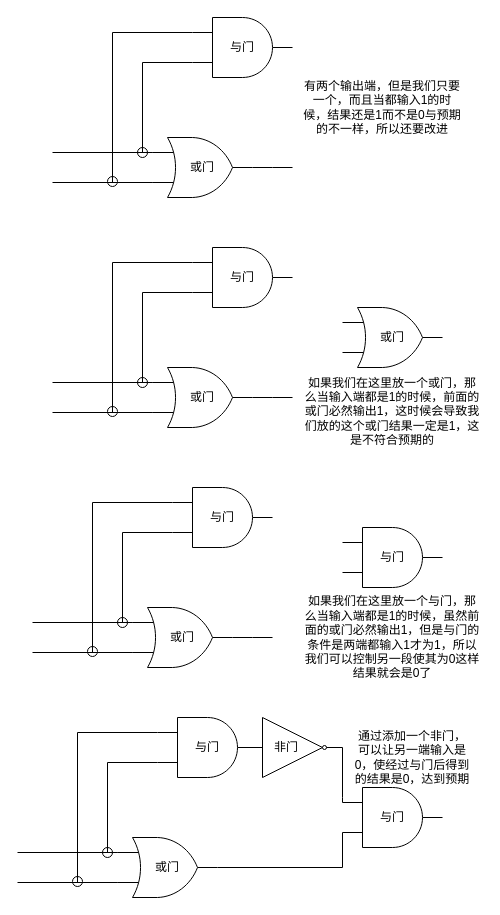
Above: src/三极管与门.drawio in linzhihaochina/javer (draw.io), before the change. Source tidied: cells renumbered, new cells numbered last; positions are measured from the earlier drawing's top-left corner, leaving out a move shared by most shapes. Both pictures are drawn from the tidied source at 100%, with x=0, y=0 at pixel (17, 17).
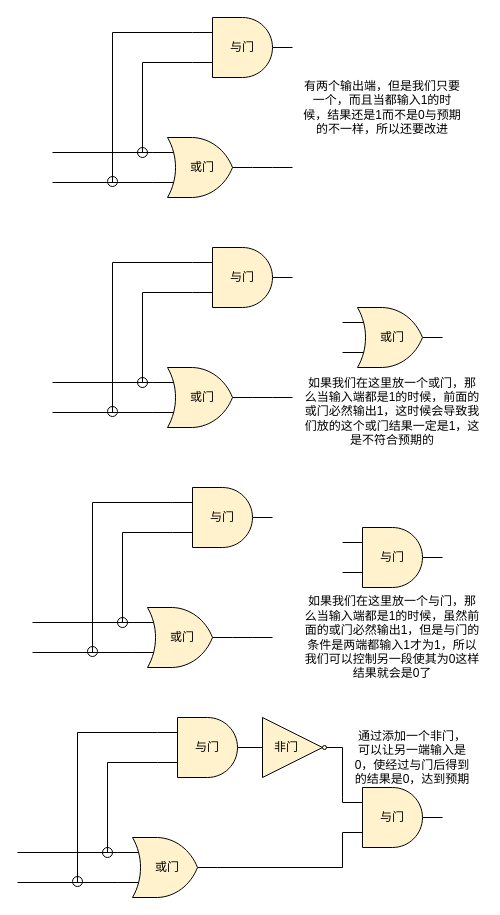
Above is the later version.

Commit message:
更新三极管与门.drawio

What changed in the source:
```diff
@@
-    <mxCell id="9" style="verticalLabelPosition=bottom;shadow=0;dashed=0;align=center;html=1;verticalAlign=top;shape=mxgraph.electrical.logic_gates.logic_gate;operation=or;" parent="1" vertex="1">
+    <mxCell id="9" style="verticalLabelPosition=bottom;shadow=0;dashed=0;align=center;html=1;verticalAlign=top;shape=mxgraph.electrical.logic_gates.logic_gate;operation=or;fillColor=#FFF2CC;" parent="1" vertex="1">
       <mxGeometry x="135" y="120" width="100" height="60" as="geometry" />
     </mxCell>
-    <mxCell id="10" style="verticalLabelPosition=bottom;shadow=0;dashed=0;align=center;html=1;verticalAlign=top;shape=mxgraph.electrical.logic_gates.logic_gate;operation=and;" parent="1" vertex="1">
+    <mxCell id="10" style="verticalLabelPosition=bottom;shadow=0;dashed=0;align=center;html=1;verticalAlign=top;shape=mxgraph.electrical.logic_gates.logic_gate;operation=and;fillColor=#FFF2CC;" parent="1" vertex="1">
       <mxGeometry x="175" width="100" height="60" as="geometry" />
     </mxCell>
@@
-    <mxCell id="20" style="verticalLabelPosition=bottom;shadow=0;dashed=0;align=center;html=1;verticalAlign=top;shape=mxgraph.electrical.logic_gates.logic_gate;operation=or;" parent="1" vertex="1">
+    <mxCell id="20" style="verticalLabelPosition=bottom;shadow=0;dashed=0;align=center;html=1;verticalAlign=top;shape=mxgraph.electrical.logic_gates.logic_gate;operation=or;fillColor=#FFF2CC;" parent="1" vertex="1">
       <mxGeometry x="135" y="350" width="100" height="60" as="geometry" />
     </mxCell>
-    <mxCell id="21" style="verticalLabelPosition=bottom;shadow=0;dashed=0;align=center;html=1;verticalAlign=top;shape=mxgraph.electrical.logic_gates.logic_gate;operation=and;" parent="1" vertex="1">
+    <mxCell id="21" style="verticalLabelPosition=bottom;shadow=0;dashed=0;align=center;html=1;verticalAlign=top;shape=mxgraph.electrical.logic_gates.logic_gate;operation=and;fillColor=#FFF2CC;" parent="1" vertex="1">
       <mxGeometry x="175" y="230" width="100" height="60" as="geometry" />
     </mxCell>
@@
-    <mxCell id="25" style="verticalLabelPosition=bottom;shadow=0;dashed=0;align=center;html=1;verticalAlign=top;shape=mxgraph.electrical.logic_gates.logic_gate;operation=or;" parent="1" vertex="1">
+    <mxCell id="25" style="verticalLabelPosition=bottom;shadow=0;dashed=0;align=center;html=1;verticalAlign=top;shape=mxgraph.electrical.logic_gates.logic_gate;operation=or;fillColor=#FFF2CC;" parent="1" vertex="1">
       <mxGeometry x="325" y="290" width="100" height="60" as="geometry" />
     </mxCell>
@@
-    <mxCell id="34" style="verticalLabelPosition=bottom;shadow=0;dashed=0;align=center;html=1;verticalAlign=top;shape=mxgraph.electrical.logic_gates.logic_gate;operation=or;" parent="1" vertex="1">
+    <mxCell id="34" style="verticalLabelPosition=bottom;shadow=0;dashed=0;align=center;html=1;verticalAlign=top;shape=mxgraph.electrical.logic_gates.logic_gate;operation=or;fillColor=#FFF2CC;" parent="1" vertex="1">
       <mxGeometry x="115" y="590" width="100" height="60" as="geometry" />
     </mxCell>
-    <mxCell id="35" style="verticalLabelPosition=bottom;shadow=0;dashed=0;align=center;html=1;verticalAlign=top;shape=mxgraph.electrical.logic_gates.logic_gate;operation=and;" parent="1" vertex="1">
+    <mxCell id="35" style="verticalLabelPosition=bottom;shadow=0;dashed=0;align=center;html=1;verticalAlign=top;shape=mxgraph.electrical.logic_gates.logic_gate;operation=and;fillColor=#FFF2CC;" parent="1" vertex="1">
       <mxGeometry x="155" y="470" width="100" height="60" as="geometry" />
     </mxCell>
@@
-    <mxCell id="38" style="verticalLabelPosition=bottom;shadow=0;dashed=0;align=center;html=1;verticalAlign=top;shape=mxgraph.electrical.logic_gates.logic_gate;operation=and;" parent="1" vertex="1">
+    <mxCell id="38" style="verticalLabelPosition=bottom;shadow=0;dashed=0;align=center;html=1;verticalAlign=top;shape=mxgraph.electrical.logic_gates.logic_gate;operation=and;fillColor=#FFF2CC;" parent="1" vertex="1">
       <mxGeometry x="325" y="510" width="100" height="60" as="geometry" />
     </mxCell>
@@
-    <mxCell id="47" style="verticalLabelPosition=bottom;shadow=0;dashed=0;align=center;html=1;verticalAlign=top;shape=mxgraph.electrical.logic_gates.logic_gate;operation=or;" parent="1" vertex="1">
+    <mxCell id="47" style="verticalLabelPosition=bottom;shadow=0;dashed=0;align=center;html=1;verticalAlign=top;shape=mxgraph.electrical.logic_gates.logic_gate;operation=or;fillColor=#FFF2CC;" parent="1" vertex="1">
       <mxGeometry x="100" y="820" width="100" height="60" as="geometry" />
     </mxCell>
@@
-    <mxCell id="49" style="verticalLabelPosition=bottom;shadow=0;dashed=0;align=center;html=1;verticalAlign=top;shape=mxgraph.electrical.logic_gates.logic_gate;operation=and;" parent="1" vertex="1">
+    <mxCell id="49" style="verticalLabelPosition=bottom;shadow=0;dashed=0;align=center;html=1;verticalAlign=top;shape=mxgraph.electrical.logic_gates.logic_gate;operation=and;fillColor=#FFF2CC;" parent="1" vertex="1">
       <mxGeometry x="140" y="700" width="100" height="60" as="geometry" />
     </mxCell>
@@
-    <mxCell id="52" style="verticalLabelPosition=bottom;shadow=0;dashed=0;align=center;html=1;verticalAlign=top;shape=mxgraph.electrical.logic_gates.logic_gate;operation=and;" parent="1" vertex="1">
+    <mxCell id="52" style="verticalLabelPosition=bottom;shadow=0;dashed=0;align=center;html=1;verticalAlign=top;shape=mxgraph.electrical.logic_gates.logic_gate;operation=and;fillColor=#FFF2CC;" parent="1" vertex="1">
       <mxGeometry x="325" y="770" width="100" height="60" as="geometry" />
     </mxCell>
@@
-    <mxCell id="54" style="verticalLabelPosition=bottom;shadow=0;dashed=0;align=center;html=1;verticalAlign=top;shape=mxgraph.electrical.logic_gates.buffer2;negating=1;" parent="1" vertex="1">
+    <mxCell id="54" style="verticalLabelPosition=bottom;shadow=0;dashed=0;align=center;html=1;verticalAlign=top;shape=mxgraph.electrical.logic_gates.buffer2;negating=1;fillColor=#FFF2CC;" parent="1" vertex="1">
       <mxGeometry x="225" y="700" width="100" height="60" as="geometry" />
     </mxCell>
```
